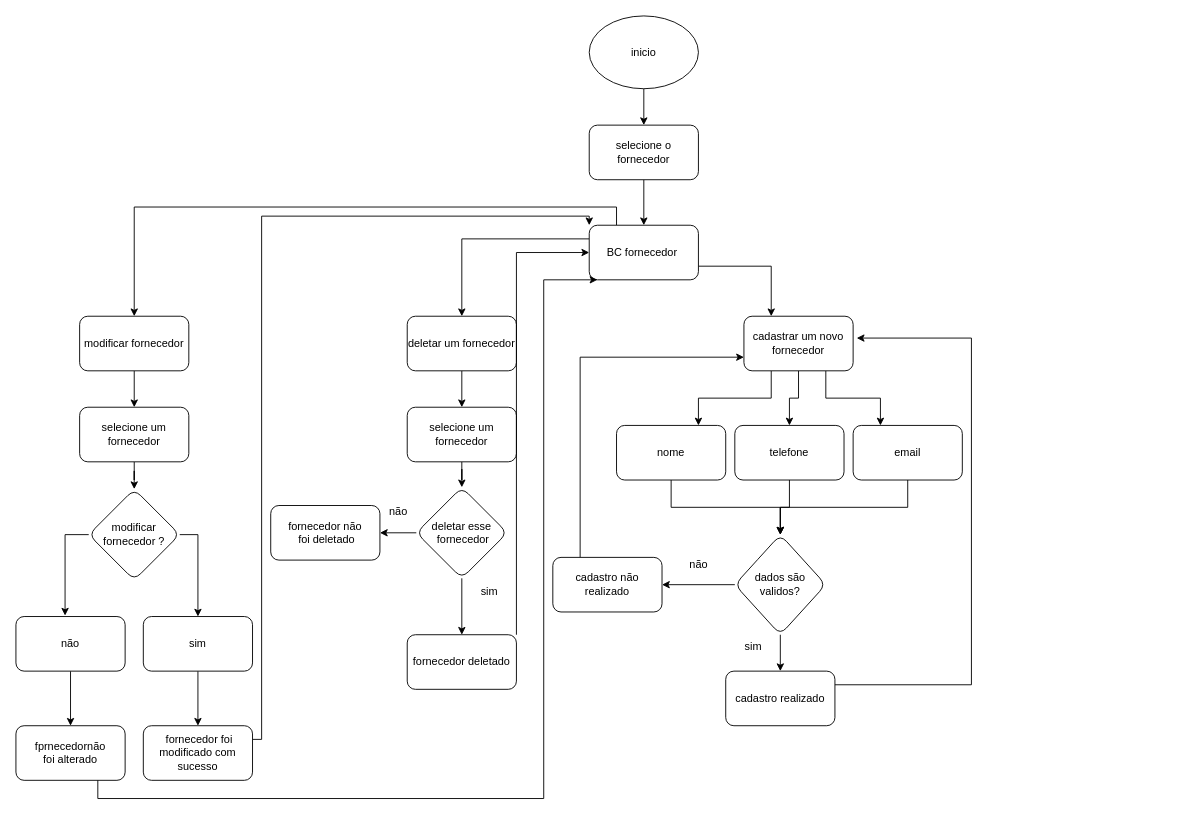
Earlier version of the draw.io diagram page "Página-2" (2 of 3) of Doc/fluxograma.drawio (bryan0000000/fluxogramas). Source tidied: cells renumbered, new cells numbered last; positions are measured from the earlier drawing's top-left corner, leaving out a move shared by most shapes. Both pictures are drawn from the tidied source at 91%, with x=0, y=0 at pixel (15, 15).
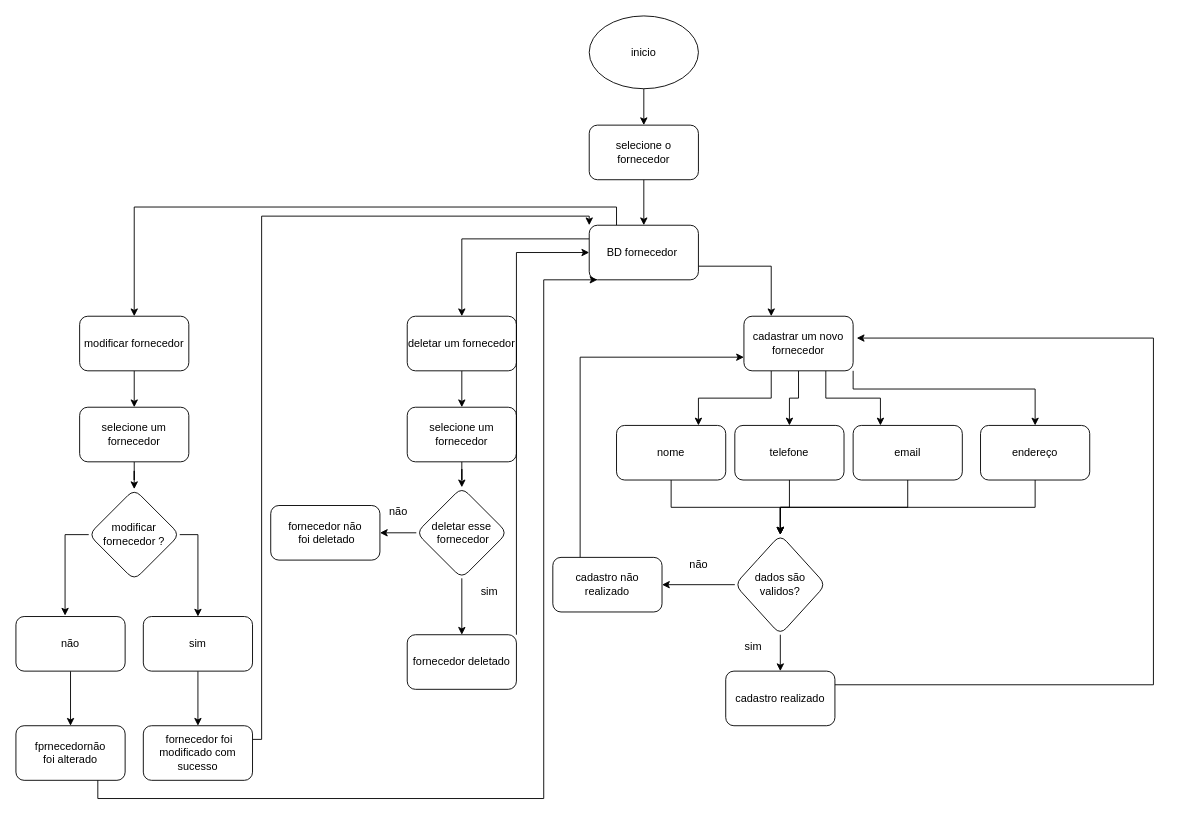
Above is the later version.

Commit message (it also covers changes not shown here):
terminar classes

Unchanged cells that the change refers to:
```xml
<mxCell id="13" value="cadastrar um novo fornecedor" style="rounded=1;whiteSpace=wrap;html=1;" parent="1" vertex="1">
  <mxGeometry x="800" y="330" width="120" height="60" as="geometry" />
</mxCell>
<mxCell id="22" value="dados são validos?" style="rhombus;whiteSpace=wrap;html=1;rounded=1;" parent="1" vertex="1">
  <mxGeometry x="790" y="570" width="100" height="110" as="geometry" />
</mxCell>
<mxCell id="23" value="cadastro realizado" style="whiteSpace=wrap;html=1;rounded=1;" parent="1" vertex="1">
  <mxGeometry x="780" y="720" width="120" height="60" as="geometry" />
</mxCell>
```

Change to the diagram source:
```diff
@@
-    <mxCell id="9" value="BC fornecedor&amp;nbsp;" style="rounded=1;whiteSpace=wrap;html=1;" parent="1" vertex="1">
+    <mxCell id="9" value="BD fornecedor&amp;nbsp;" style="rounded=1;whiteSpace=wrap;html=1;" parent="1" vertex="1">
       <mxGeometry x="630" y="230" width="120" height="60" as="geometry" />
     </mxCell>
@@
+    <mxCell id="56" style="edgeStyle=orthogonalEdgeStyle;rounded=0;jettySize=auto;html=1;exitX=1;exitY=1;exitDx=0;exitDy=0;entryX=0.5;entryY=0;entryDx=0;entryDy=0;" parent="1" edge="1" source="13" target="58">
+      <mxGeometry relative="1" as="geometry">
+        <Array as="points">
+          <mxPoint x="920" y="410" />
+          <mxPoint x="1120" y="410" />
+        </Array>
+      </mxGeometry>
+    </mxCell>
@@
     <mxCell id="54" style="edgeStyle=orthogonalEdgeStyle;rounded=0;jettySize=auto;html=1;exitX=1;exitY=0.25;exitDx=0;exitDy=0;entryX=1.033;entryY=0.4;entryDx=0;entryDy=0;entryPerimeter=0;" parent="1" edge="1" source="23" target="13">
       <mxGeometry relative="1" as="geometry">
         <Array as="points">
-          <mxPoint x="1050" y="735" />
-          <mxPoint x="1050" y="354" />
+          <mxPoint x="1250" y="735" />
+          <mxPoint x="1250" y="354" />
         </Array>
       </mxGeometry>
     </mxCell>
@@
+    <mxCell id="57" style="edgeStyle=orthogonalEdgeStyle;rounded=0;jettySize=auto;html=1;exitX=0.5;exitY=1;exitDx=0;exitDy=0;entryX=0.5;entryY=0;entryDx=0;entryDy=0;" parent="1" edge="1" source="58" target="22">
+      <mxGeometry relative="1" as="geometry" />
+    </mxCell>
+    <mxCell id="58" value="endereço" style="rounded=1;whiteSpace=wrap;html=1;" parent="1" vertex="1">
+      <mxGeometry x="1060" y="450" width="120" height="60" as="geometry" />
+    </mxCell>
```
